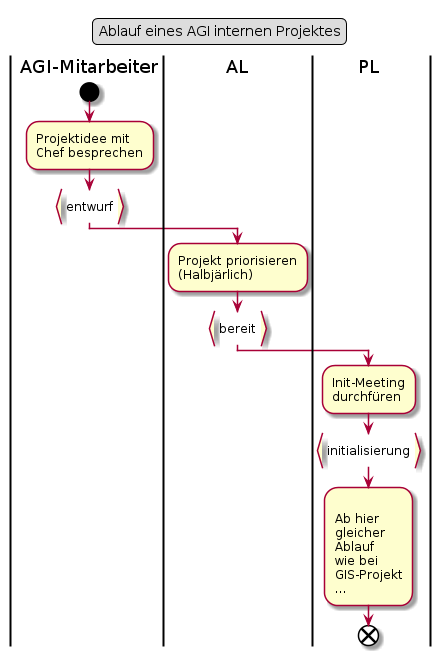
Above: puml_output/flow_agiprojekt.png in ojeker/docktick (PlantUML), before the change.
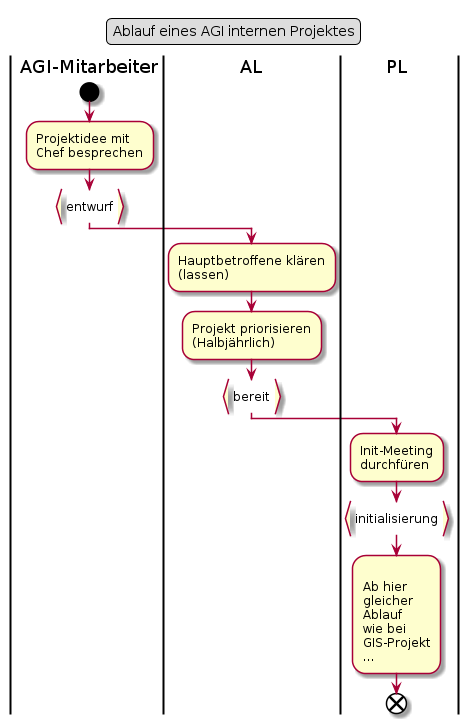
After the commit.

Commit message:
Skript: PUML-Diagramme regeneriert und beigefügt

Diff of the diagram source:
```diff
@@ -8,8 +8,10 @@
 Chef besprechen;
 :entwurf}
 |AL|
+:Hauptbetroffene klären
+(lassen);
 :Projekt priorisieren
-(Halbjärlich);
+(Halbjährlich);
 :bereit}
 |PL|
 :Init-Meeting
```
